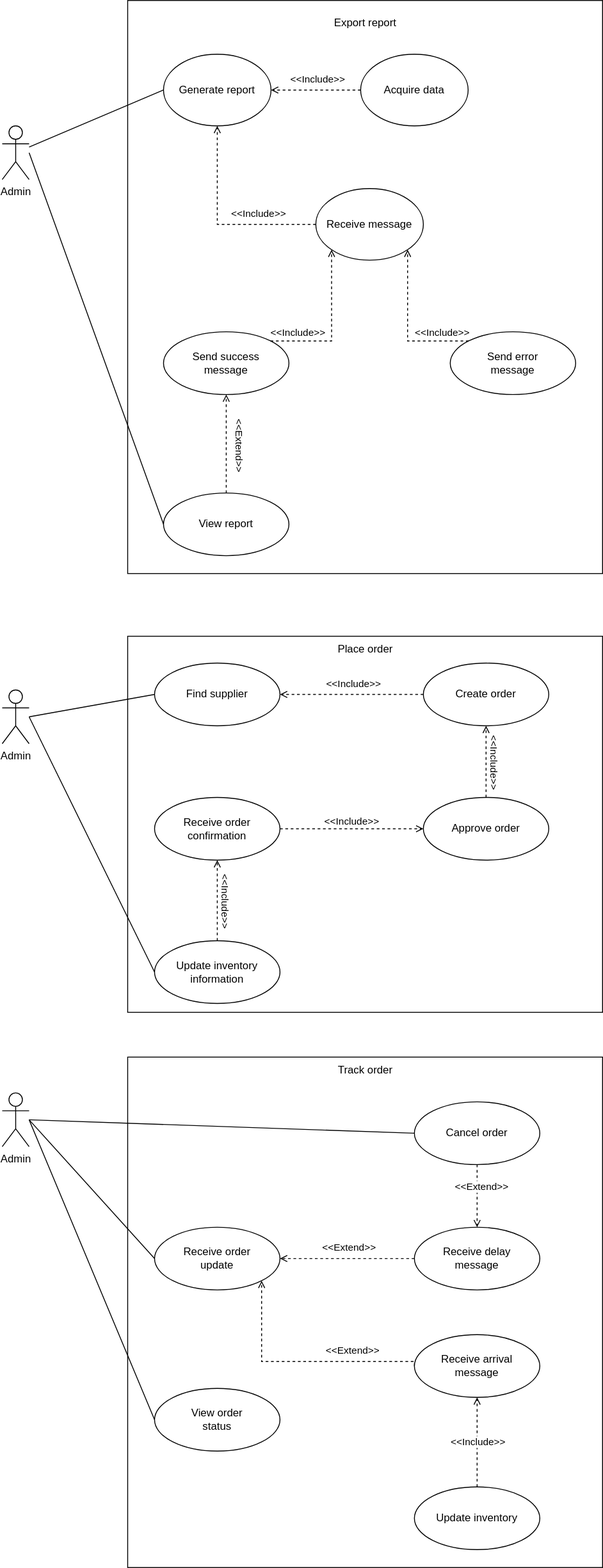
Before: Untitled Diagram.drawio.svg, a diagram exported from draw.io (Simamkele88/IFM3_GP). Source tidied: cells renumbered, new cells last; positions are measured from the earlier drawing's top-left corner, leaving out a move shared by most shapes.
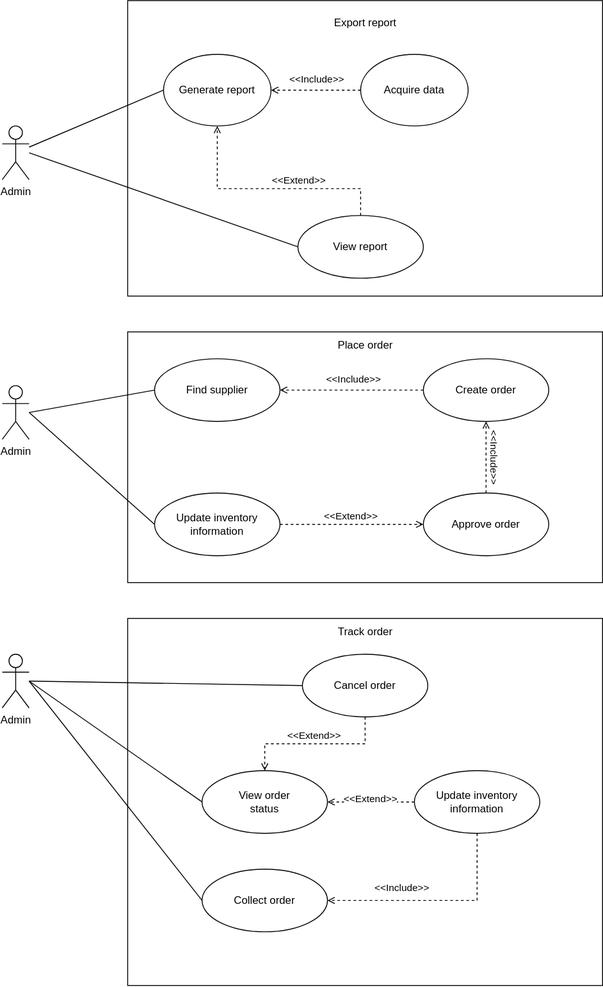
Above is the later version.

Commit message:
modified use cases

Diff of the diagram source:
```diff
@@ -3,7 +3,7 @@
     <mxCell id="0" />
     <mxCell id="1" parent="0" />
     <mxCell id="2" style="whiteSpace=wrap;html=1;" parent="1" vertex="1">
-      <mxGeometry x="140" width="530" height="640" as="geometry" />
+      <mxGeometry x="140" y="10" width="530" height="330" as="geometry" />
     </mxCell>
     <mxCell id="3" style="rounded=0;jettySize=auto;html=1;exitX=0;exitY=0.5;exitDx=0;exitDy=0;dashed=1;endArrow=open;endFill=0;" parent="1" edge="1" source="5" target="7">
       <mxGeometry relative="1" as="geometry" />
@@ -14,94 +14,59 @@
       </mxGeometry>
     </mxCell>
     <mxCell id="5" value="Acquire data" style="ellipse;whiteSpace=wrap;html=1;" parent="1" vertex="1">
-      <mxGeometry x="400" y="60" width="120" height="80" as="geometry" />
+      <mxGeometry x="400" y="70" width="120" height="80" as="geometry" />
     </mxCell>
     <mxCell id="6" value="Export report" style="text;html=1;align=center;verticalAlign=middle;whiteSpace=wrap;rounded=0;" parent="1" vertex="1">
-      <mxGeometry x="352.5" y="10" width="105" height="30" as="geometry" />
+      <mxGeometry x="352.5" y="20" width="105" height="30" as="geometry" />
     </mxCell>
     <mxCell id="7" value="Generate report" style="ellipse;whiteSpace=wrap;html=1;" parent="1" vertex="1">
-      <mxGeometry x="180" y="60" width="120" height="80" as="geometry" />
+      <mxGeometry x="180" y="70" width="120" height="80" as="geometry" />
     </mxCell>
-    <mxCell id="8" value="Receive message" style="ellipse;whiteSpace=wrap;html=1;" parent="1" vertex="1">
-      <mxGeometry x="350" y="210" width="120" height="80" as="geometry" />
-    </mxCell>
     <mxCell id="9" value="Admin" style="shape=umlActor;verticalLabelPosition=bottom;verticalAlign=top;html=1;outlineConnect=0;" parent="1" vertex="1">
-      <mxGeometry y="140" width="30" height="60" as="geometry" />
+      <mxGeometry y="150" width="30" height="60" as="geometry" />
     </mxCell>
     <mxCell id="10" style="endArrow=none;html=1;rounded=0;entryX=0;entryY=0.5;entryDx=0;entryDy=0;" parent="1" edge="1" source="9" target="7">
       <mxGeometry relative="1" as="geometry" />
     </mxCell>
-    <mxCell id="11" style="rounded=0;jettySize=auto;html=1;exitX=0;exitY=0.5;exitDx=0;exitDy=0;dashed=1;endArrow=open;endFill=0;edgeStyle=orthogonalEdgeStyle;" parent="1" edge="1" source="8" target="7">
-      <mxGeometry relative="1" as="geometry" />
-    </mxCell>
-    <mxCell id="12" value="&amp;lt;&amp;lt;Include&amp;gt;&amp;gt;" style="edgeLabel;html=1;align=center;verticalAlign=middle;rotation=0;" parent="11" vertex="1">
-      <mxGeometry x="-0.01" y="-2" relative="1" as="geometry">
-        <mxPoint x="44" y="-11" as="offset" />
-      </mxGeometry>
-    </mxCell>
-    <mxCell id="13" value="Send success&lt;div&gt;message&lt;/div&gt;" style="ellipse;whiteSpace=wrap;html=1;" parent="1" vertex="1">
-      <mxGeometry x="180" y="370" width="140" height="70" as="geometry" />
-    </mxCell>
-    <mxCell id="14" value="Send error&lt;div&gt;message&lt;/div&gt;" style="ellipse;whiteSpace=wrap;html=1;" parent="1" vertex="1">
-      <mxGeometry x="500" y="370" width="140" height="70" as="geometry" />
-    </mxCell>
-    <mxCell id="15" style="rounded=0;jettySize=auto;html=1;exitX=1;exitY=0;exitDx=0;exitDy=0;dashed=1;endArrow=open;endFill=0;entryX=0;entryY=1;entryDx=0;entryDy=0;edgeStyle=orthogonalEdgeStyle;" parent="1" edge="1" source="13" target="8">
-      <mxGeometry relative="1" as="geometry" />
-    </mxCell>
-    <mxCell id="16" value="&amp;lt;&amp;lt;Include&amp;gt;&amp;gt;" style="edgeLabel;html=1;align=center;verticalAlign=middle;rotation=0;" parent="15" vertex="1">
-      <mxGeometry x="-0.01" y="-2" relative="1" as="geometry">
-        <mxPoint x="-40" y="6" as="offset" />
-      </mxGeometry>
-    </mxCell>
-    <mxCell id="17" style="rounded=0;jettySize=auto;html=1;exitX=0;exitY=0;exitDx=0;exitDy=0;dashed=1;endArrow=open;endFill=0;entryX=1;entryY=1;entryDx=0;entryDy=0;edgeStyle=orthogonalEdgeStyle;" parent="1" edge="1" source="14" target="8">
-      <mxGeometry relative="1" as="geometry">
-        <Array as="points">
-          <mxPoint x="452" y="380" />
-        </Array>
-      </mxGeometry>
-    </mxCell>
-    <mxCell id="18" value="&amp;lt;&amp;lt;Include&amp;gt;&amp;gt;" style="edgeLabel;html=1;align=center;verticalAlign=middle;rotation=0;" parent="17" vertex="1">
-      <mxGeometry x="-0.01" y="-2" relative="1" as="geometry">
-        <mxPoint x="36" y="6" as="offset" />
-      </mxGeometry>
-    </mxCell>
-    <mxCell id="19" style="rounded=0;jettySize=auto;html=1;entryX=0.5;entryY=1;entryDx=0;entryDy=0;dashed=1;endArrow=open;endFill=0;" parent="1" edge="1" source="21" target="13">
-      <mxGeometry relative="1" as="geometry" />
+    <mxCell id="19" style="rounded=0;jettySize=auto;html=1;dashed=1;endArrow=open;endFill=0;entryX=0.5;entryY=1;entryDx=0;entryDy=0;edgeStyle=orthogonalEdgeStyle;" parent="1" edge="1" source="21" target="7">
+      <mxGeometry relative="1" as="geometry">
+        <Array as="points">
+          <mxPoint x="400" y="220" />
+          <mxPoint x="240" y="220" />
+        </Array>
+      </mxGeometry>
     </mxCell>
-    <mxCell id="20" value="&amp;lt;&amp;lt;Extend&amp;gt;&amp;gt;" style="edgeLabel;html=1;align=center;verticalAlign=middle;rotation=90;" parent="19" vertex="1">
+    <mxCell id="20" value="&amp;lt;&amp;lt;Extend&amp;gt;&amp;gt;" style="edgeLabel;html=1;align=center;verticalAlign=middle;rotation=0;" parent="19" vertex="1">
       <mxGeometry x="-0.09" relative="1" as="geometry">
-        <mxPoint x="16" y="-4" as="offset" />
+        <mxPoint x="18" y="-10" as="offset" />
       </mxGeometry>
     </mxCell>
     <mxCell id="21" value="View report" style="ellipse;whiteSpace=wrap;html=1;" parent="1" vertex="1">
-      <mxGeometry x="180" y="550" width="140" height="70" as="geometry" />
+      <mxGeometry x="330" y="250" width="140" height="70" as="geometry" />
     </mxCell>
     <mxCell id="22" style="whiteSpace=wrap;html=1;" parent="1" vertex="1">
-      <mxGeometry x="140" y="710" width="530" height="420" as="geometry" />
+      <mxGeometry x="140" y="380" width="530" height="280" as="geometry" />
     </mxCell>
     <mxCell id="23" value="Place order" style="text;html=1;align=center;verticalAlign=middle;strokeColor=none;fillColor=none;" parent="1" vertex="1">
-      <mxGeometry x="365" y="710" width="80" height="30" as="geometry" />
+      <mxGeometry x="365" y="380" width="80" height="30" as="geometry" />
     </mxCell>
     <mxCell id="24" value="Admin" style="shape=umlActor;verticalLabelPosition=bottom;verticalAlign=top;html=1;" parent="1" vertex="1">
-      <mxGeometry y="770" width="30" height="60" as="geometry" />
+      <mxGeometry y="440" width="30" height="60" as="geometry" />
     </mxCell>
     <mxCell id="25" value="Find supplier" style="ellipse;whiteSpace=wrap;html=1;" parent="1" vertex="1">
-      <mxGeometry x="170" y="740" width="140" height="70" as="geometry" />
+      <mxGeometry x="170" y="410" width="140" height="70" as="geometry" />
     </mxCell>
     <mxCell id="26" style="endArrow=none;html=1;rounded=0;entryX=0;entryY=0.5;entryDx=0;entryDy=0;" parent="1" edge="1" target="25">
       <mxGeometry relative="1" as="geometry">
-        <mxPoint x="30" y="800" as="sourcePoint" />
+        <mxPoint x="30" y="470" as="sourcePoint" />
       </mxGeometry>
     </mxCell>
     <mxCell id="27" value="Create order" style="ellipse;whiteSpace=wrap;html=1;" parent="1" vertex="1">
-      <mxGeometry x="470" y="740" width="140" height="70" as="geometry" />
+      <mxGeometry x="470" y="410" width="140" height="70" as="geometry" />
     </mxCell>
     <mxCell id="28" value="Approve order" style="ellipse;whiteSpace=wrap;html=1;" parent="1" vertex="1">
-      <mxGeometry x="470" y="890" width="140" height="70" as="geometry" />
+      <mxGeometry x="470" y="560" width="140" height="70" as="geometry" />
     </mxCell>
-    <mxCell id="29" value="Receive order&lt;div&gt;confirmation&lt;/div&gt;" style="ellipse;whiteSpace=wrap;html=1;" parent="1" vertex="1">
-      <mxGeometry x="170" y="890" width="140" height="70" as="geometry" />
-    </mxCell>
     <mxCell id="30" style="rounded=0;jettySize=auto;html=1;exitX=0;exitY=0.5;exitDx=0;exitDy=0;dashed=1;endArrow=open;endFill=0;entryX=1;entryY=0.5;entryDx=0;entryDy=0;" parent="1" edge="1" source="27" target="25">
       <mxGeometry relative="1" as="geometry" />
     </mxCell>
@@ -118,113 +83,86 @@
         <mxPoint x="8" as="offset" />
       </mxGeometry>
     </mxCell>
-    <mxCell id="34" style="rounded=0;jettySize=auto;html=1;exitX=1;exitY=0.5;exitDx=0;exitDy=0;dashed=1;endArrow=open;endFill=0;entryX=0;entryY=0.5;entryDx=0;entryDy=0;" parent="1" edge="1" source="29" target="28">
+    <mxCell id="34" style="rounded=0;jettySize=auto;html=1;exitX=1;exitY=0.5;exitDx=0;exitDy=0;dashed=1;endArrow=open;endFill=0;entryX=0;entryY=0.5;entryDx=0;entryDy=0;" parent="1" edge="1" source="39" target="28">
       <mxGeometry relative="1" as="geometry" />
     </mxCell>
-    <mxCell id="35" value="&amp;lt;&amp;lt;Include&amp;gt;&amp;gt;" style="edgeLabel;html=1;align=center;verticalAlign=middle;rotation=0;" parent="34" vertex="1">
+    <mxCell id="35" value="&amp;lt;&amp;lt;Extend&amp;gt;&amp;gt;" style="edgeLabel;html=1;align=center;verticalAlign=middle;rotation=0;" parent="34" vertex="1">
       <mxGeometry x="-0.01" y="-2" relative="1" as="geometry">
-        <mxPoint y="-11" as="offset" />
+        <mxPoint y="-12" as="offset" />
       </mxGeometry>
     </mxCell>
     <mxCell id="36" style="endArrow=none;html=1;rounded=0;entryX=0;entryY=0.5;entryDx=0;entryDy=0;" parent="1" edge="1" target="21">
       <mxGeometry relative="1" as="geometry">
-        <mxPoint x="30" y="170" as="sourcePoint" />
+        <mxPoint x="30" y="180" as="sourcePoint" />
       </mxGeometry>
     </mxCell>
     <mxCell id="37" style="whiteSpace=wrap;html=1;" parent="1" vertex="1">
-      <mxGeometry x="140" y="1180" width="530" height="570" as="geometry" />
+      <mxGeometry x="140" y="700" width="530" height="410" as="geometry" />
     </mxCell>
     <mxCell id="38" value="Track order" style="text;html=1;align=center;verticalAlign=middle;strokeColor=none;fillColor=none;" parent="1" vertex="1">
-      <mxGeometry x="365" y="1180" width="80" height="30" as="geometry" />
+      <mxGeometry x="365" y="700" width="80" height="30" as="geometry" />
     </mxCell>
     <mxCell id="39" value="Update inventory&lt;div&gt;information&lt;/div&gt;" style="ellipse;whiteSpace=wrap;html=1;" parent="1" vertex="1">
-      <mxGeometry x="170" y="1050" width="140" height="70" as="geometry" />
+      <mxGeometry x="170" y="560" width="140" height="70" as="geometry" />
     </mxCell>
-    <mxCell id="40" style="rounded=0;jettySize=auto;html=1;exitX=0.5;exitY=0;exitDx=0;exitDy=0;dashed=1;endArrow=open;endFill=0;entryX=0.5;entryY=1;entryDx=0;entryDy=0;" parent="1" edge="1" source="39" target="29">
-      <mxGeometry relative="1" as="geometry" />
-    </mxCell>
-    <mxCell id="41" value="&amp;lt;&amp;lt;Include&amp;gt;&amp;gt;" style="edgeLabel;html=1;align=center;verticalAlign=middle;rotation=90;" parent="40" vertex="1">
-      <mxGeometry x="-0.01" y="-2" relative="1" as="geometry">
-        <mxPoint x="8" as="offset" />
-      </mxGeometry>
-    </mxCell>
     <mxCell id="42" style="endArrow=none;html=1;rounded=0;entryX=0;entryY=0.5;entryDx=0;entryDy=0;" parent="1" edge="1" target="39">
       <mxGeometry relative="1" as="geometry">
-        <mxPoint x="30" y="800" as="sourcePoint" />
+        <mxPoint x="30" y="470" as="sourcePoint" />
       </mxGeometry>
     </mxCell>
     <mxCell id="43" value="Admin" style="shape=umlActor;verticalLabelPosition=bottom;verticalAlign=top;html=1;" parent="1" vertex="1">
-      <mxGeometry y="1220" width="30" height="60" as="geometry" />
+      <mxGeometry y="740" width="30" height="60" as="geometry" />
     </mxCell>
-    <mxCell id="44" value="Receive order&lt;div&gt;update&lt;/div&gt;" style="ellipse;whiteSpace=wrap;html=1;" parent="1" vertex="1">
-      <mxGeometry x="170" y="1370" width="140" height="70" as="geometry" />
-    </mxCell>
     <mxCell id="45" value="View order&lt;div&gt;status&lt;/div&gt;" style="ellipse;whiteSpace=wrap;html=1;" parent="1" vertex="1">
-      <mxGeometry x="170" y="1550" width="140" height="70" as="geometry" />
+      <mxGeometry x="223" y="870" width="140" height="70" as="geometry" />
     </mxCell>
-    <mxCell id="46" value="Receive delay&lt;div&gt;message&lt;/div&gt;" style="ellipse;whiteSpace=wrap;html=1;" parent="1" vertex="1">
-      <mxGeometry x="460" y="1370" width="140" height="70" as="geometry" />
+    <mxCell id="46" value="Collect order" style="ellipse;whiteSpace=wrap;html=1;" parent="1" vertex="1">
+      <mxGeometry x="223" y="980" width="140" height="70" as="geometry" />
     </mxCell>
-    <mxCell id="47" value="Receive arrival&lt;div&gt;message&lt;/div&gt;" style="ellipse;whiteSpace=wrap;html=1;" parent="1" vertex="1">
-      <mxGeometry x="460" y="1490" width="140" height="70" as="geometry" />
-    </mxCell>
-    <mxCell id="48" style="rounded=0;jettySize=auto;html=1;exitX=0;exitY=0.5;exitDx=0;exitDy=0;dashed=1;endArrow=open;endFill=0;entryX=1;entryY=0.5;entryDx=0;entryDy=0;" parent="1" edge="1" source="46" target="44">
-      <mxGeometry relative="1" as="geometry" />
-    </mxCell>
-    <mxCell id="49" value="&amp;lt;&amp;lt;Extend&amp;gt;&amp;gt;" style="edgeLabel;html=1;align=center;verticalAlign=middle;rotation=0;" parent="48" vertex="1">
-      <mxGeometry x="-0.01" y="-2" relative="1" as="geometry">
-        <mxPoint y="-11" as="offset" />
-      </mxGeometry>
-    </mxCell>
-    <mxCell id="50" style="rounded=0;jettySize=auto;html=1;dashed=1;endArrow=open;endFill=0;entryX=1;entryY=1;entryDx=0;entryDy=0;edgeStyle=orthogonalEdgeStyle;exitX=0;exitY=0.5;exitDx=0;exitDy=0;" parent="1" edge="1" source="47" target="44">
-      <mxGeometry relative="1" as="geometry">
-        <Array as="points">
-          <mxPoint x="460" y="1520" />
-          <mxPoint x="290" y="1520" />
-        </Array>
-      </mxGeometry>
+    <mxCell id="50" style="rounded=0;jettySize=auto;html=1;dashed=1;endArrow=open;endFill=0;entryX=1;entryY=0.5;entryDx=0;entryDy=0;edgeStyle=orthogonalEdgeStyle;exitX=0.5;exitY=1;exitDx=0;exitDy=0;" parent="1" edge="1" source="54" target="46">
+      <mxGeometry relative="1" as="geometry" />
     </mxCell>
-    <mxCell id="51" value="&amp;lt;&amp;lt;Extend&amp;gt;&amp;gt;" style="edgeLabel;html=1;align=center;verticalAlign=middle;rotation=0;" parent="50" vertex="1">
+    <mxCell id="51" value="&amp;lt;&amp;lt;Include&amp;gt;&amp;gt;" style="edgeLabel;html=1;align=center;verticalAlign=middle;rotation=0;" parent="50" vertex="1">
       <mxGeometry x="-0.01" y="-2" relative="1" as="geometry">
-        <mxPoint x="57" y="-11" as="offset" />
+        <mxPoint x="-40" y="-13" as="offset" />
       </mxGeometry>
     </mxCell>
-    <mxCell id="52" style="endArrow=none;html=1;rounded=0;entryX=0;entryY=0.5;entryDx=0;entryDy=0;" parent="1" edge="1" target="44">
+    <mxCell id="52" style="endArrow=none;html=1;rounded=0;entryX=0;entryY=0.5;entryDx=0;entryDy=0;" parent="1" edge="1" target="46">
       <mxGeometry relative="1" as="geometry">
-        <mxPoint x="30" y="1250" as="sourcePoint" />
+        <mxPoint x="30" y="770" as="sourcePoint" />
       </mxGeometry>
     </mxCell>
     <mxCell id="53" style="endArrow=none;html=1;rounded=0;entryX=0;entryY=0.5;entryDx=0;entryDy=0;" parent="1" edge="1" target="45">
       <mxGeometry relative="1" as="geometry">
-        <mxPoint x="30" y="1250" as="sourcePoint" />
+        <mxPoint x="30" y="770" as="sourcePoint" />
       </mxGeometry>
     </mxCell>
-    <mxCell id="54" value="Update inventory" style="ellipse;whiteSpace=wrap;html=1;" parent="1" vertex="1">
-      <mxGeometry x="460" y="1660" width="140" height="70" as="geometry" />
+    <mxCell id="54" value="Update inventory&lt;div&gt;information&lt;/div&gt;" style="ellipse;whiteSpace=wrap;html=1;" parent="1" vertex="1">
+      <mxGeometry x="460" y="870" width="140" height="70" as="geometry" />
     </mxCell>
-    <mxCell id="55" style="rounded=0;jettySize=auto;html=1;dashed=1;endArrow=open;endFill=0;entryX=0.5;entryY=1;entryDx=0;entryDy=0;exitX=0.5;exitY=0;exitDx=0;exitDy=0;" parent="1" edge="1" source="54" target="47">
+    <mxCell id="55" style="rounded=0;jettySize=auto;html=1;dashed=1;endArrow=open;endFill=0;entryX=1;entryY=0.5;entryDx=0;entryDy=0;exitX=0;exitY=0.5;exitDx=0;exitDy=0;" parent="1" edge="1" source="54" target="45">
       <mxGeometry relative="1" as="geometry" />
     </mxCell>
-    <mxCell id="56" value="&amp;lt;&amp;lt;Include&amp;gt;&amp;gt;" style="edgeLabel;html=1;align=center;verticalAlign=middle;rotation=0;" parent="55" vertex="1">
+    <mxCell id="56" value="&amp;lt;&amp;lt;Extend&amp;gt;&amp;gt;" style="edgeLabel;html=1;align=center;verticalAlign=middle;rotation=0;" parent="55" vertex="1">
       <mxGeometry x="-0.01" y="-2" relative="1" as="geometry">
         <mxPoint x="-2" y="-2" as="offset" />
       </mxGeometry>
     </mxCell>
     <mxCell id="57" value="Cancel order" style="ellipse;whiteSpace=wrap;html=1;" parent="1" vertex="1">
-      <mxGeometry x="460" y="1230" width="140" height="70" as="geometry" />
+      <mxGeometry x="335" y="740" width="140" height="70" as="geometry" />
     </mxCell>
     <mxCell id="58" style="endArrow=none;html=1;rounded=0;entryX=0;entryY=0.5;entryDx=0;entryDy=0;" parent="1" edge="1" target="57">
       <mxGeometry relative="1" as="geometry">
-        <mxPoint x="30" y="1250" as="sourcePoint" />
+        <mxPoint x="30" y="770" as="sourcePoint" />
       </mxGeometry>
     </mxCell>
-    <mxCell id="59" style="rounded=0;jettySize=auto;html=1;exitX=0.5;exitY=1;exitDx=0;exitDy=0;dashed=1;endArrow=open;endFill=0;entryX=0.5;entryY=0;entryDx=0;entryDy=0;edgeStyle=orthogonalEdgeStyle;" parent="1" edge="1" source="57" target="46">
-      <mxGeometry relative="1" as="geometry" />
-    </mxCell>
-    <mxCell id="60" value="&amp;lt;&amp;lt;Extend&amp;gt;&amp;gt;" style="edgeLabel;html=1;align=center;verticalAlign=middle;rotation=0;" parent="59" vertex="1">
-      <mxGeometry x="-0.01" y="-2" relative="1" as="geometry">
-        <mxPoint x="6" y="-11" as="offset" />
-      </mxGeometry>
-    </mxCell>
+    <mxCell id="61" style="rounded=0;jettySize=auto;html=1;dashed=1;endArrow=open;endFill=0;entryX=0.5;entryY=0;entryDx=0;entryDy=0;exitX=0.5;exitY=1;exitDx=0;exitDy=0;edgeStyle=orthogonalEdgeStyle;" parent="1" edge="1" source="57" target="45">
+      <mxGeometry relative="1" as="geometry" />
+    </mxCell>
+    <mxCell id="62" value="&amp;lt;&amp;lt;Extend&amp;gt;&amp;gt;" style="edgeLabel;html=1;align=center;verticalAlign=middle;rotation=0;" parent="61" vertex="1">
+      <mxGeometry x="-0.01" y="-2" relative="1" as="geometry">
+        <mxPoint x="-2" y="-8" as="offset" />
+      </mxGeometry>
+    </mxCell>
   </root>
 </mxGraphModel>
```
